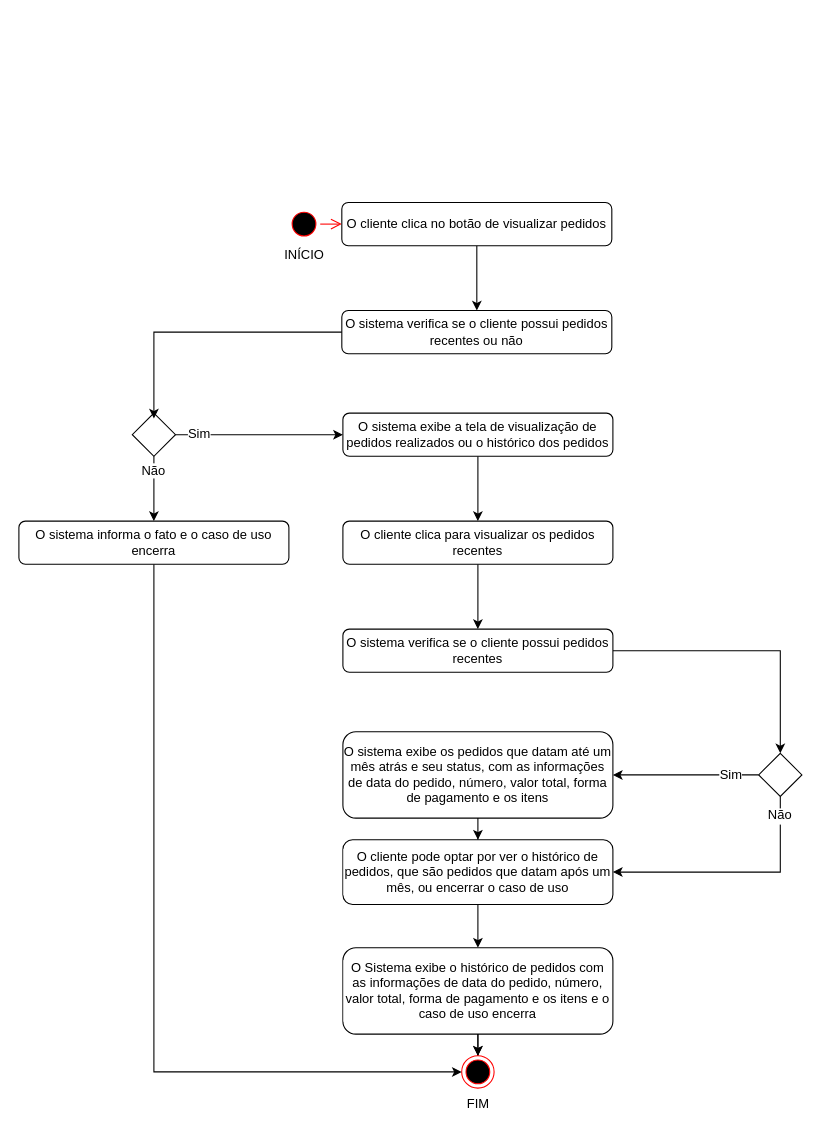
Above: Diagramas de atividade/Caso de uso 04.drawio in d4vwdi/engenharia-software (draw.io), before the change. Source tidied: cells renumbered, new cells numbered last; positions are measured from the earlier drawing's top-left corner, leaving out a move shared by most shapes. Both pictures are drawn from the tidied source at 108%, with x=0, y=0 at pixel (18, 202).
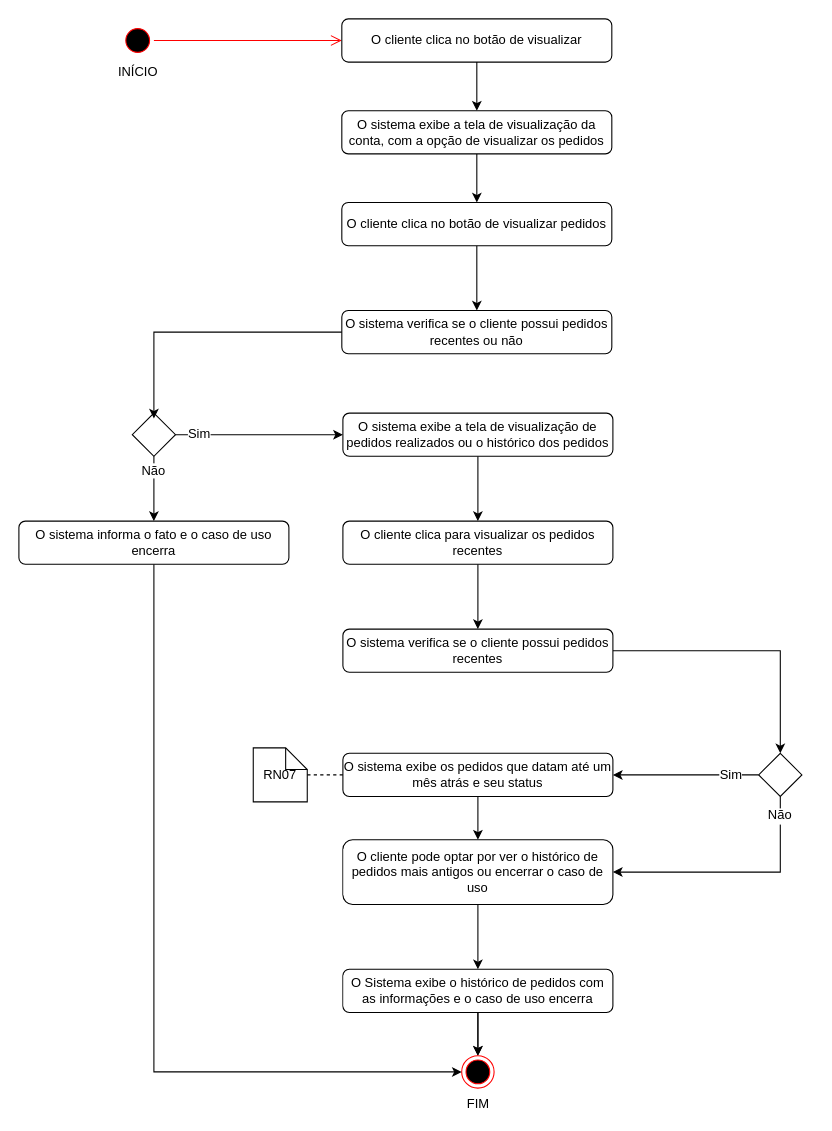
The same page after the edit.

Unchanged cells that the change refers to:
```xml
<mxCell id="6" value="O cliente clica no botão de visualizar pedidos " style="rounded=1;whiteSpace=wrap;html=1;" parent="1" vertex="1">
  <mxGeometry x="299" width="250" height="40" as="geometry" />
</mxCell>
```

Change to the diagram source:
```diff
@@
     <mxCell id="3" value="INÍCIO" style="ellipse;html=1;shape=startState;fillColor=#000000;strokeColor=#ff0000;labelPosition=center;verticalLabelPosition=bottom;align=center;verticalAlign=top;" parent="1" vertex="1">
-      <mxGeometry x="249" y="5" width="30" height="30" as="geometry" />
+      <mxGeometry x="95" y="-165" width="30" height="30" as="geometry" />
     </mxCell>
-    <mxCell id="4" style="edgeStyle=orthogonalEdgeStyle;html=1;verticalAlign=bottom;endArrow=open;endSize=8;strokeColor=#ff0000;rounded=0;entryX=0;entryY=0.5;entryDx=0;entryDy=0;" parent="1" edge="1" source="3" target="6">
+    <mxCell id="4" style="edgeStyle=orthogonalEdgeStyle;html=1;verticalAlign=bottom;endArrow=open;endSize=8;strokeColor=#ff0000;rounded=0;entryX=0;entryY=0.5;entryDx=0;entryDy=0;" parent="1" edge="1" source="3" target="33">
       <mxGeometry relative="1" as="geometry" />
     </mxCell>
@@
-    <mxCell id="12" value="&lt;div&gt;O sistema exibe os pedidos que datam até um mês atrás e seu status, com as informações de data do pedido, número, valor total, forma de pagamento e os itens &lt;/div&gt;" style="rounded=1;whiteSpace=wrap;html=1;" parent="1" vertex="1">
-      <mxGeometry x="300" y="490" width="250" height="80" as="geometry" />
+    <mxCell id="12" value="&lt;div&gt;O sistema exibe os pedidos que datam até um mês atrás e seu status&lt;/div&gt;" style="rounded=1;whiteSpace=wrap;html=1;" parent="1" vertex="1">
+      <mxGeometry x="300" y="510" width="250" height="40" as="geometry" />
     </mxCell>
@@
-    <mxCell id="17" value="O cliente pode optar por ver o histórico de pedidos, que são pedidos que datam após um mês, ou encerrar o caso de uso" style="rounded=1;whiteSpace=wrap;html=1;verticalAlign=middle;strokeWidth=1;spacing=2;labelBackgroundColor=default;" parent="1" vertex="1">
+    <mxCell id="17" value="O cliente pode optar por ver o histórico de pedidos mais antigos ou encerrar o caso de uso" style="rounded=1;whiteSpace=wrap;html=1;verticalAlign=middle;strokeWidth=1;spacing=2;labelBackgroundColor=default;" parent="1" vertex="1">
       <mxGeometry x="300" y="590" width="250" height="60" as="geometry" />
     </mxCell>
@@
-    <mxCell id="20" value="O Sistema exibe o histórico de pedidos com as informações de data do pedido, número, valor total, forma de pagamento e os itens e o caso de uso encerra" style="whiteSpace=wrap;html=1;rounded=1;strokeWidth=1;spacing=2;labelBackgroundColor=default;" parent="1" vertex="1">
-      <mxGeometry x="300" y="690" width="250" height="80" as="geometry" />
+    <mxCell id="20" value="O Sistema exibe o histórico de pedidos com as informações e o caso de uso encerra" style="whiteSpace=wrap;html=1;rounded=1;strokeWidth=1;spacing=2;labelBackgroundColor=default;" parent="1" vertex="1">
+      <mxGeometry x="300" y="710" width="250" height="40" as="geometry" />
     </mxCell>
@@
+    <mxCell id="32" style="edgeStyle=orthogonalEdgeStyle;rounded=0;jettySize=auto;html=1;" parent="1" edge="1" source="33" target="35">
+      <mxGeometry relative="1" as="geometry" />
+    </mxCell>
+    <mxCell id="33" value="&lt;div&gt;&lt;span class=&quot;NormalTextRun SCXW182459865 BCX2&quot;&gt;O cliente clica no botão de visualizar &lt;/span&gt;&lt;span class=&quot;NormalTextRun SCXW182459865 BCX2&quot;&gt;&lt;/span&gt;&lt;/div&gt;" style="rounded=1;whiteSpace=wrap;html=1;" parent="1" vertex="1">
+      <mxGeometry x="299" y="-170" width="250" height="40" as="geometry" />
+    </mxCell>
+    <mxCell id="34" style="edgeStyle=orthogonalEdgeStyle;rounded=0;jettySize=auto;html=1;" parent="1" edge="1" source="35" target="6">
+      <mxGeometry relative="1" as="geometry" />
+    </mxCell>
+    <mxCell id="35" value="&lt;div&gt;O sistema exibe a tela de visualização da conta, com a opção de visualizar os pedidos&lt;/div&gt;" style="whiteSpace=wrap;html=1;rounded=1;" parent="1" vertex="1">
+      <mxGeometry x="299" y="-85" width="250" height="40" as="geometry" />
+    </mxCell>
+    <mxCell id="36" value="RN07" style="shape=note;size=20;whiteSpace=wrap;html=1;" parent="1" vertex="1">
+      <mxGeometry x="217" y="505" width="50" height="50" as="geometry" />
+    </mxCell>
+    <mxCell id="37" style="endArrow=none;dashed=1;html=1;rounded=0;" parent="1" edge="1" source="36" target="12">
+      <mxGeometry relative="1" as="geometry" />
+    </mxCell>
```
